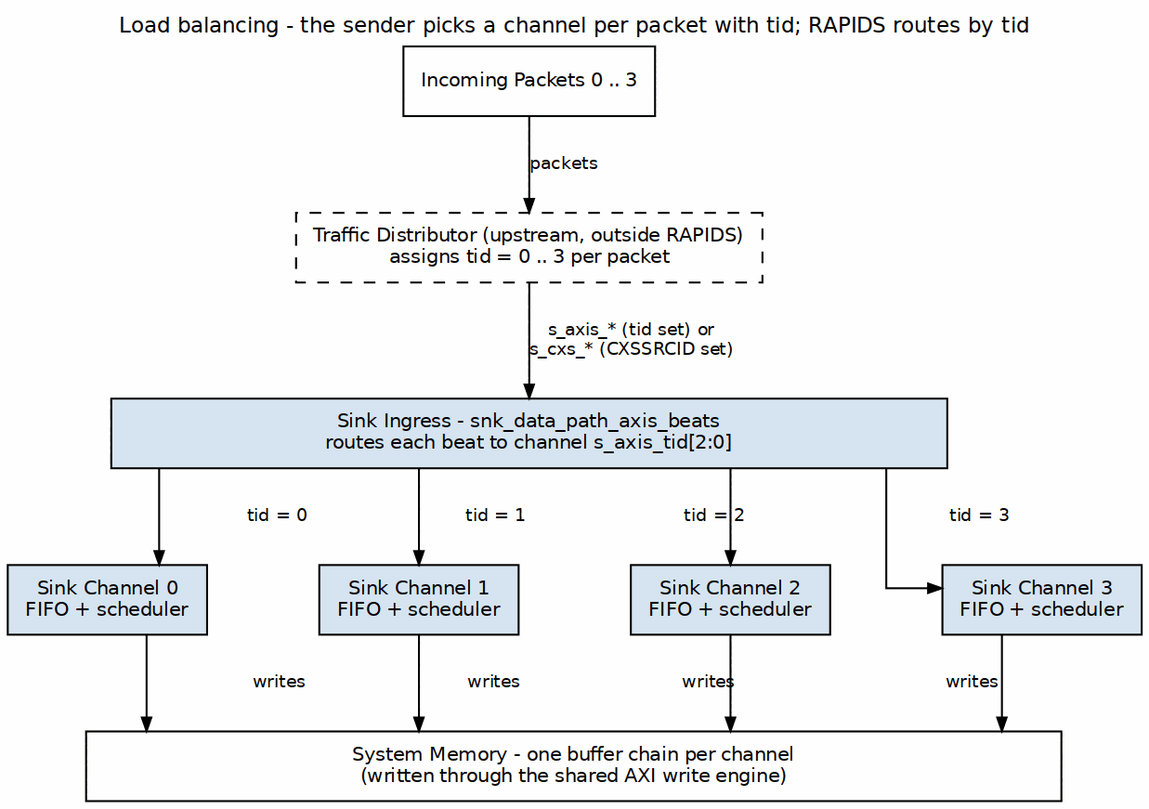
This is projects/components/dma-ip/rapids/docs/rapids_beats_has/assets/graphviz/ch04_load_balancing.png from sean-galloway/RTLDesignSherpa, a Graphviz export, as it was before one commit. Its source is kept beside it as projects/components/dma-ip/rapids/docs/rapids_beats_has/assets/graphviz/ch04_load_balancing.dot.
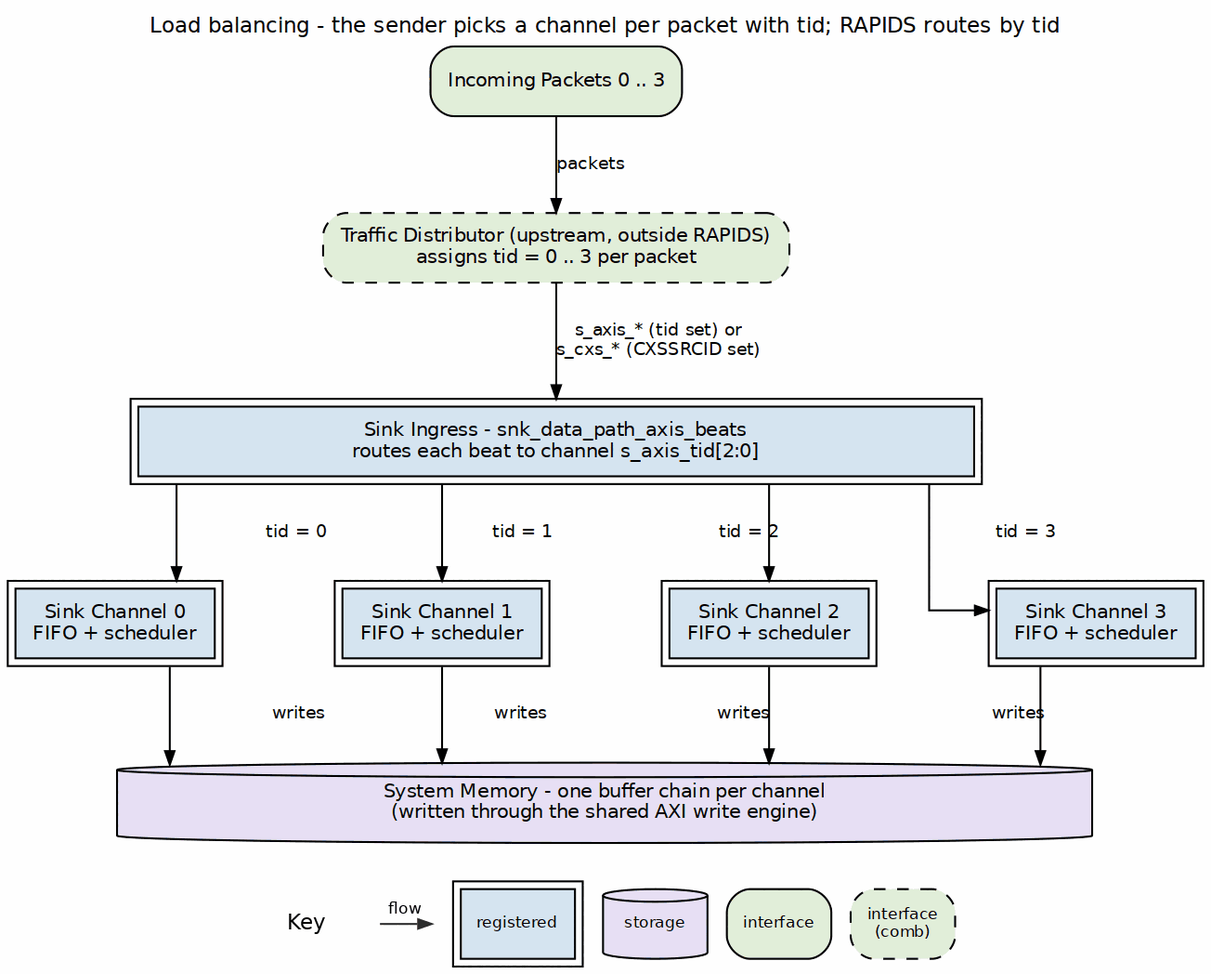
Later version of the same file.

Change to the diagram source:
```diff
@@ -4,17 +4,17 @@
            label="Load balancing - the sender picks a channel per packet with tid; RAPIDS routes by tid",
            labelloc=t, labeljust=c];
     node  [fontname="Helvetica", fontsize=10, shape=box, style=filled,
-           fillcolor="#D6E4F0", color="black", margin="0.12,0.06"];
+           fillcolor="white", color="black", margin="0.12,0.06"];
     edge  [fontname="Helvetica", fontsize=9, color="black", arrowsize=0.7];
 
-    pkts [label="Incoming Packets 0 .. 3", fillcolor="white"];
-    dist [label="Traffic Distributor (upstream, outside RAPIDS)\nassigns tid = 0 .. 3 per packet", fillcolor="white", style="filled,dashed"];
-    ing  [label="Sink Ingress - snk_data_path_axis_beats\nroutes each beat to channel s_axis_tid[2:0]", width=6.0];
-    c0 [label="Sink Channel 0\nFIFO + scheduler"];
-    c1 [label="Sink Channel 1\nFIFO + scheduler"];
-    c2 [label="Sink Channel 2\nFIFO + scheduler"];
-    c3 [label="Sink Channel 3\nFIFO + scheduler"];
-    mem [label="System Memory - one buffer chain per channel\n(written through the shared AXI write engine)", fillcolor="white", width=7.0];
+    pkts [label="Incoming Packets 0 .. 3", fillcolor="white", style="rounded,filled", fillcolor="#E2EFDA"];
+    dist [label="Traffic Distributor (upstream, outside RAPIDS)\nassigns tid = 0 .. 3 per packet", fillcolor="white", style="filled,dashed", style="rounded,filled,dashed", fillcolor="#E2EFDA"];
+    ing  [label="Sink Ingress - snk_data_path_axis_beats\nroutes each beat to channel s_axis_tid[2:0]", width=6.0, peripheries=2, style="filled", fillcolor="#D6E4F0"];
+    c0 [label="Sink Channel 0\nFIFO + scheduler", peripheries=2, style="filled", fillcolor="#D6E4F0"];
+    c1 [label="Sink Channel 1\nFIFO + scheduler", peripheries=2, style="filled", fillcolor="#D6E4F0"];
+    c2 [label="Sink Channel 2\nFIFO + scheduler", peripheries=2, style="filled", fillcolor="#D6E4F0"];
+    c3 [label="Sink Channel 3\nFIFO + scheduler", peripheries=2, style="filled", fillcolor="#D6E4F0"];
+    mem [label="System Memory - one buffer chain per channel\n(written through the shared AXI write engine)", fillcolor="white", width=7.0, shape=cylinder, style="filled", fillcolor="#E8DFF5"];
 
     pkts -> dist [label="packets"];
     dist -> ing  [label="s_axis_* (tid set) or\ns_cxs_* (CXSSRCID set)"];
```
